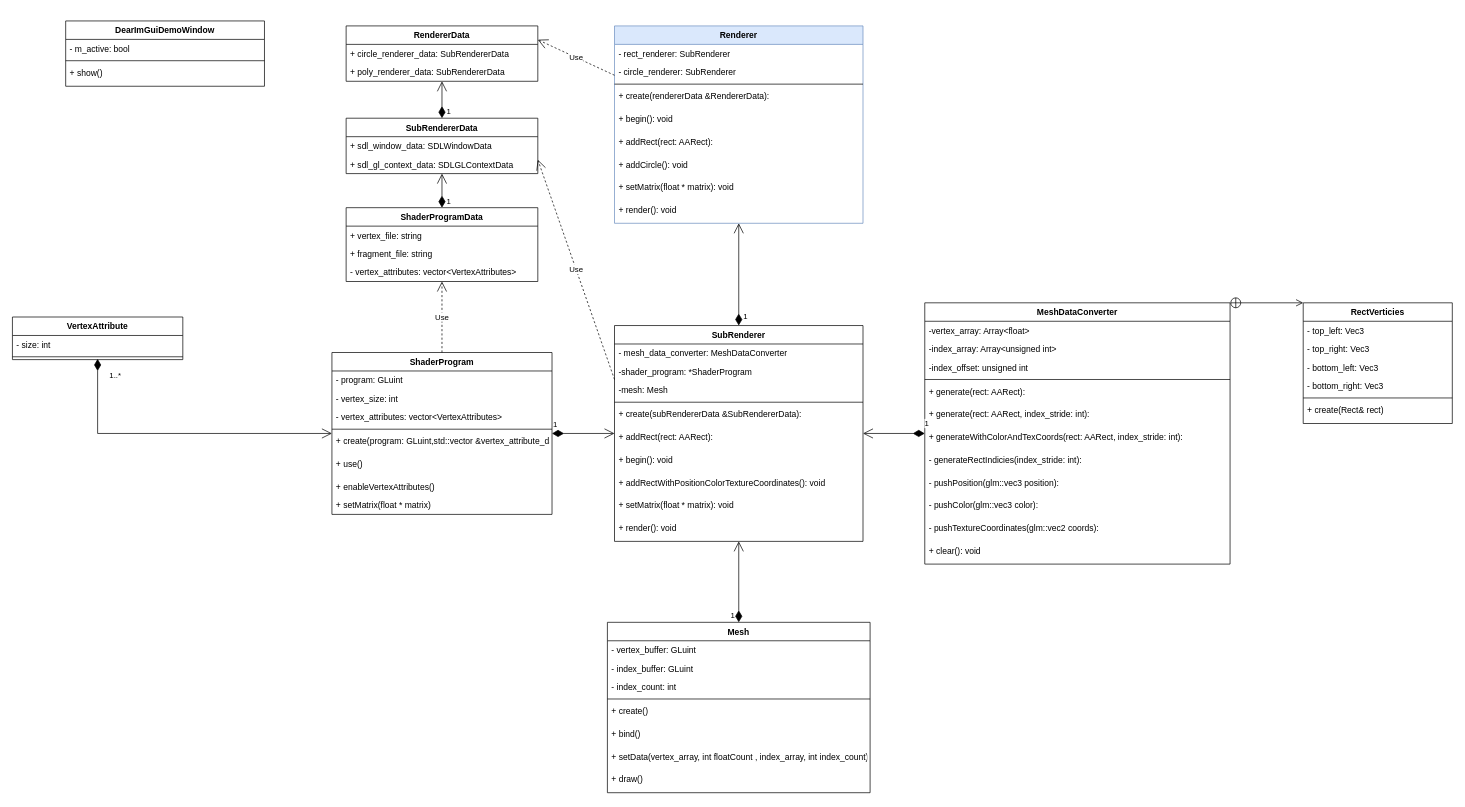
The draw.io diagram page "RendererSubSystem" (4 of 15) of docs/in_dev/Design/Total System Design.drawio in AntonyA3/Games-Engine, before the edit. Source tidied: cells renumbered, new cells numbered last; positions are measured from the earlier drawing's top-left corner, leaving out a move shared by most shapes. Both pictures are drawn from the tidied source at 71%, with x=0, y=0 at pixel (12, 21).
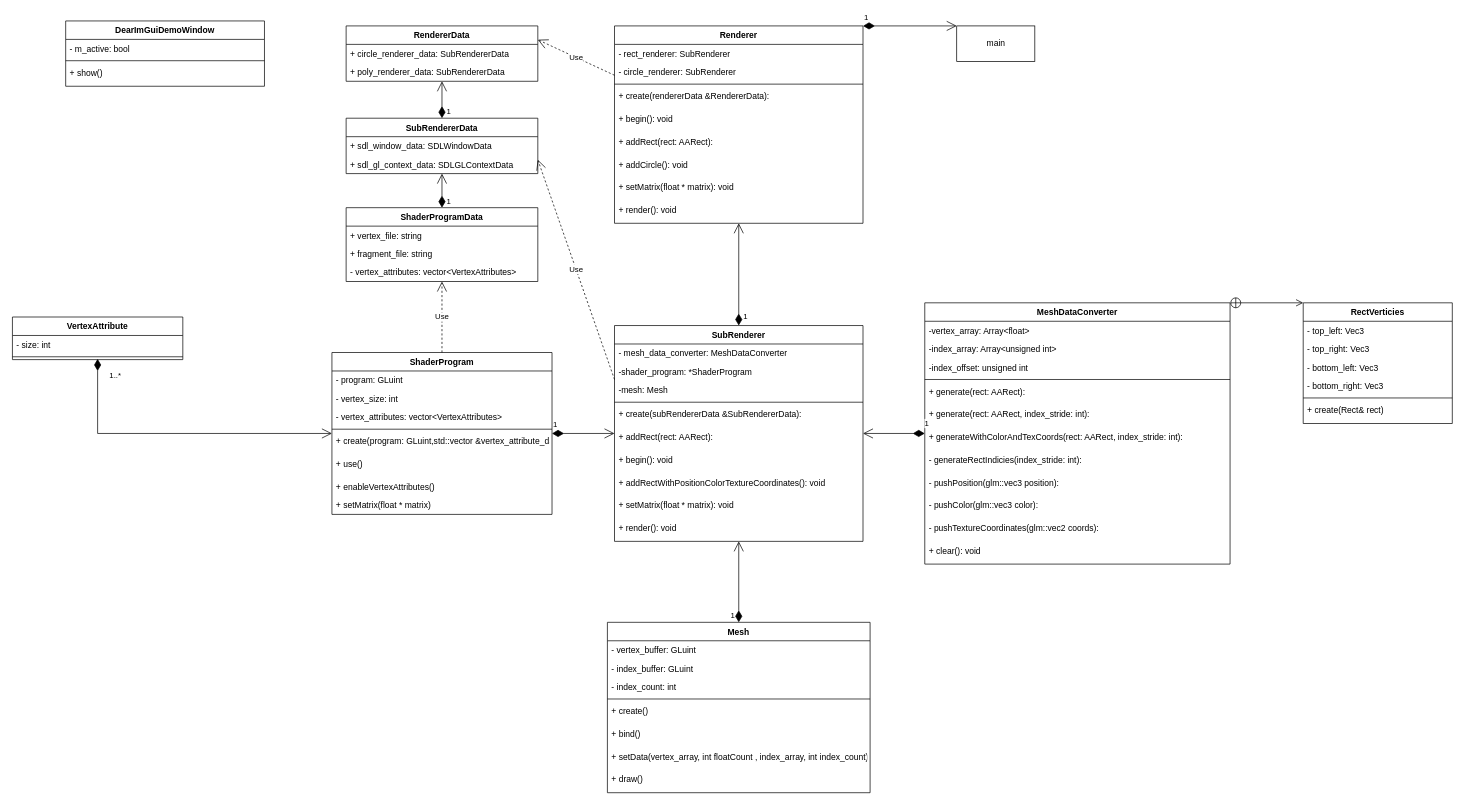
Above is the later version.

Change to the diagram source:
```diff
@@
-    <mxCell id="62" value="Renderer" style="swimlane;fontStyle=1;align=center;verticalAlign=top;horizontal=1;startSize=26;fillColor=#dae8fc;strokeColor=#6c8ebf;" parent="1" vertex="1">
+    <mxCell id="62" value="Renderer" style="swimlane;fontStyle=1;align=center;verticalAlign=top;horizontal=1;startSize=26;" parent="1" vertex="1">
       <mxGeometry x="848" y="7" width="350" height="278" as="geometry" />
     </mxCell>
@@
+    <mxCell id="89" value="main" style="html=1;" parent="1" vertex="1">
+      <mxGeometry x="1330" y="7" width="110" height="50" as="geometry" />
+    </mxCell>
+    <mxCell id="90" value="1" style="endArrow=open;html=1;endSize=12;startArrow=diamondThin;startSize=14;startFill=1;align=left;verticalAlign=bottom;rounded=0;entryX=0;entryY=0;entryDx=0;entryDy=0;exitX=1;exitY=0;exitDx=0;exitDy=0;" parent="1" edge="1" source="62" target="89">
+      <mxGeometry x="-1" y="3" relative="1" as="geometry" />
+    </mxCell>
```
